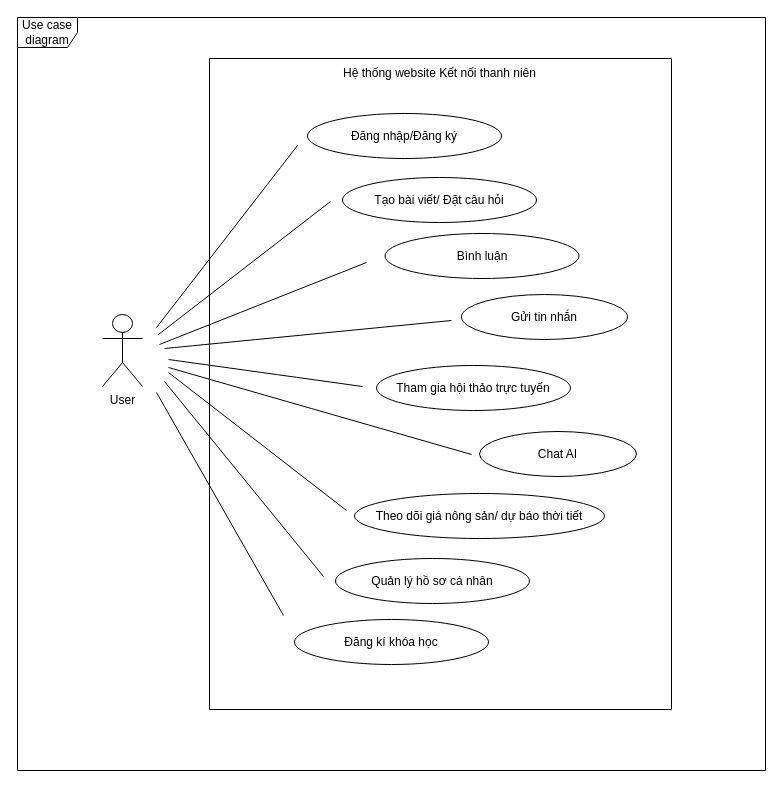
Before: Usecase.drawio in KhanhPtiter/Thuctapchuyensau, a draw.io diagram. Source tidied: cells renumbered, new cells numbered last; positions are measured from the earlier drawing's top-left corner, leaving out a move shared by most shapes. Both pictures are drawn from the tidied source at 100%, with x=0, y=0 at pixel (17, 17).
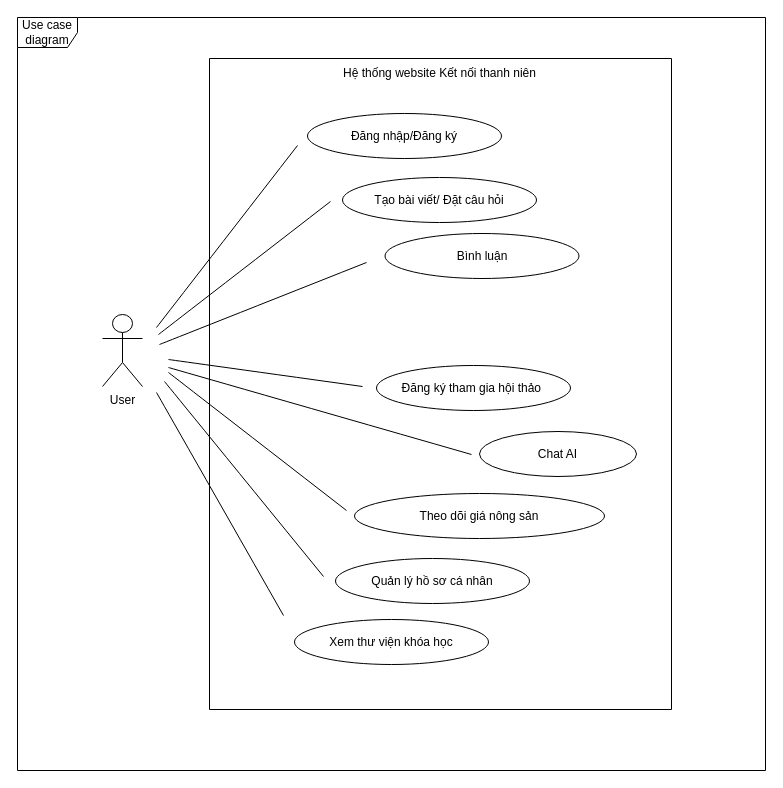
Above is the later version.

Commit message:
Cập nhật Usecase.drawio

The edit, as a diff of the source:
```diff
@@
-    <mxCell id="6" value="Gửi tin nhắn" style="ellipse;whiteSpace=wrap;html=1;" parent="1" vertex="1">
-      <mxGeometry x="444" y="277" width="166" height="45" as="geometry" />
-    </mxCell>
-    <mxCell id="7" value="Tham gia hội thảo trực tuyến" style="ellipse;whiteSpace=wrap;html=1;" parent="1" vertex="1">
+    <mxCell id="7" value="Đăng ký tham gia hội thảo&amp;nbsp;" style="ellipse;whiteSpace=wrap;html=1;" parent="1" vertex="1">
       <mxGeometry x="359" y="348" width="194" height="45" as="geometry" />
     </mxCell>
@@
-    <mxCell id="9" value="Theo dõi giá nông sản/ dự báo thời tiết" style="ellipse;whiteSpace=wrap;html=1;" parent="1" vertex="1">
+    <mxCell id="9" value="Theo dõi giá nông sản" style="ellipse;whiteSpace=wrap;html=1;" parent="1" vertex="1">
       <mxGeometry x="337" y="476" width="250" height="45" as="geometry" />
     </mxCell>
@@
-    <mxCell id="11" value="Đăng kí khóa học" style="ellipse;whiteSpace=wrap;html=1;" parent="1" vertex="1">
+    <mxCell id="11" value="Xem thư viện khóa học" style="ellipse;whiteSpace=wrap;html=1;" parent="1" vertex="1">
       <mxGeometry x="277" y="602" width="194" height="45" as="geometry" />
     </mxCell>
@@
-    <mxCell id="16" style="endArrow=none;html=1;rounded=0;fontSize=12;startSize=8;endSize=8;curved=1;" parent="1" edge="1">
-      <mxGeometry relative="1" as="geometry">
-        <mxPoint x="147" y="331" as="sourcePoint" />
-        <mxPoint x="434" y="303" as="targetPoint" />
-      </mxGeometry>
-    </mxCell>
```
